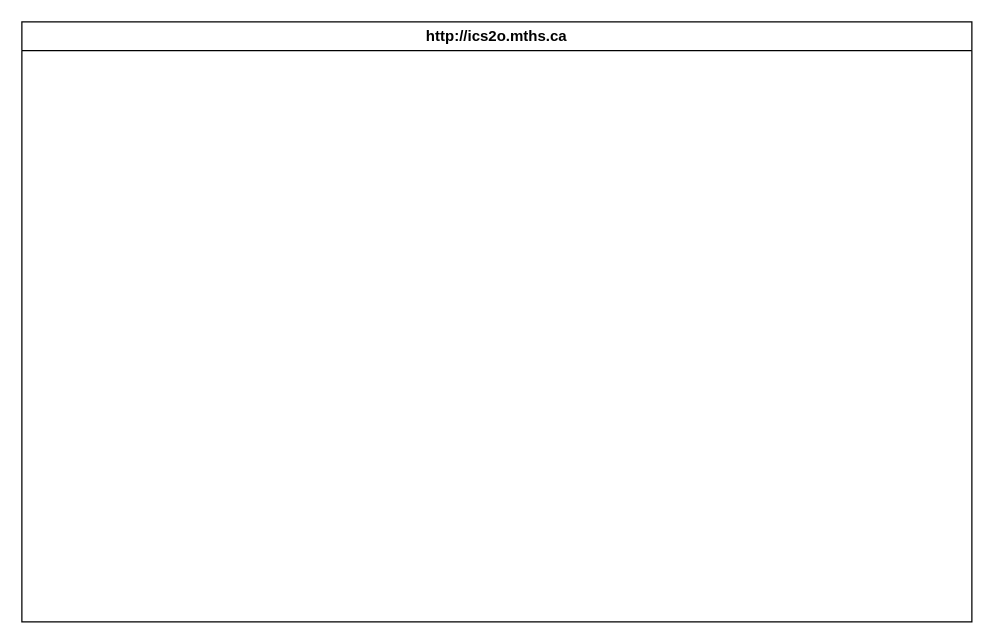
This is design/storyboard.drawio from MTHS-ICD2O-1-2024/ICD2O-Unit-6-03-peter-zerbinos, a draw.io file, before an edit. Source tidied: cells renumbered, new cells numbered last; positions are measured from the earlier drawing's top-left corner, leaving out a move shared by most shapes. Both pictures are drawn from the tidied source at 125%, with x=0, y=0 at pixel (21, 21). Pictures stored in the file or linked from it are replaced by grey dashed boxes.
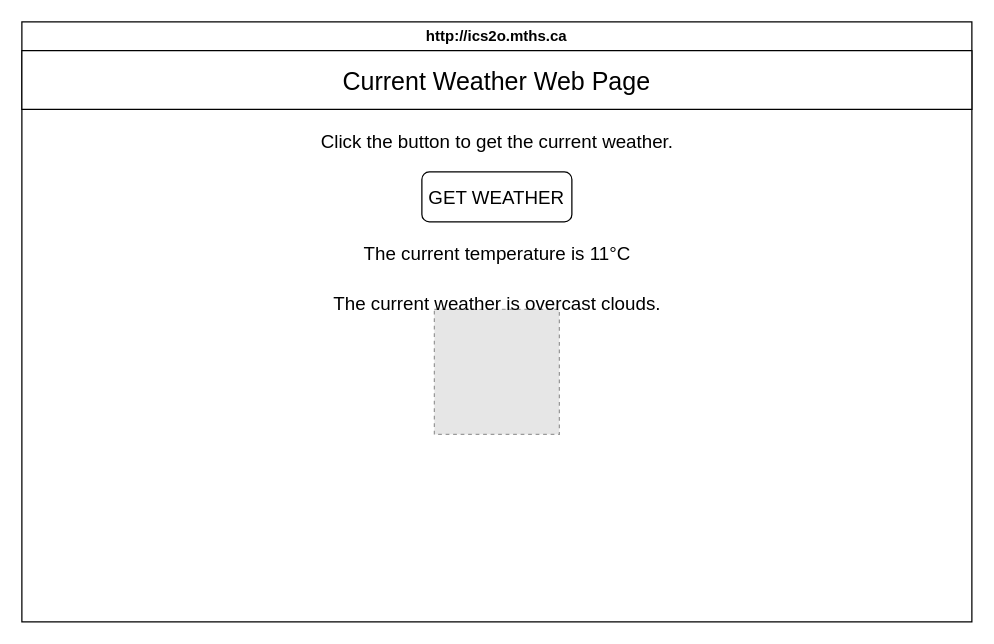
The same page after the edit.

Commit message (it also covers changes not shown here):
html css js pages flowchart storyboard

What changed in the source:
```diff
@@
 <mxGraphModel>
   <root>
     <mxCell id="0" />
     <mxCell id="1" parent="0" />
     <mxCell id="2" value="http://ics2o.mths.ca" style="swimlane;whiteSpace=wrap;html=1;" parent="1" vertex="1">
       <mxGeometry width="760" height="480" as="geometry" />
     </mxCell>
+    <mxCell id="3" value="Current Weather Web Page" style="whiteSpace=wrap;html=1;fontSize=20;" parent="2" vertex="1">
+      <mxGeometry y="23" width="760" height="47" as="geometry" />
+    </mxCell>
+    <mxCell id="4" value="Click the button to get the current weather." style="text;html=1;align=center;verticalAlign=middle;strokeColor=none;fillColor=none;fontSize=15;" parent="2" vertex="1">
+      <mxGeometry x="230" y="80" width="300" height="30" as="geometry" />
+    </mxCell>
+    <mxCell id="5" value="&lt;font style=&quot;font-size: 15px;&quot;&gt;GET WEATHER&lt;/font&gt;" style="rounded=1;whiteSpace=wrap;html=1;" parent="2" vertex="1">
+      <mxGeometry x="320" y="120" width="120" height="40" as="geometry" />
+    </mxCell>
+    <mxCell id="6" style="fillColor=#E6E6E6;strokeColor=#999999;dashed=1;verticalLabelPosition=bottom;labelBackgroundColor=default;verticalAlign=top;" parent="2" vertex="1">
+      <mxGeometry x="330" y="230" width="100" height="100" as="geometry" />
+    </mxCell>
+    <mxCell id="7" value="The current temperature is 11°C" style="text;html=1;align=center;verticalAlign=middle;strokeColor=none;fillColor=none;fontSize=15;" parent="2" vertex="1">
+      <mxGeometry x="260" y="170" width="240" height="30" as="geometry" />
+    </mxCell>
+    <mxCell id="8" value="The current weather is overcast clouds." style="text;html=1;align=center;verticalAlign=middle;strokeColor=none;fillColor=none;fontSize=15;" parent="2" vertex="1">
+      <mxGeometry x="240" y="210" width="280" height="30" as="geometry" />
+    </mxCell>
   </root>
 </mxGraphModel>
```
